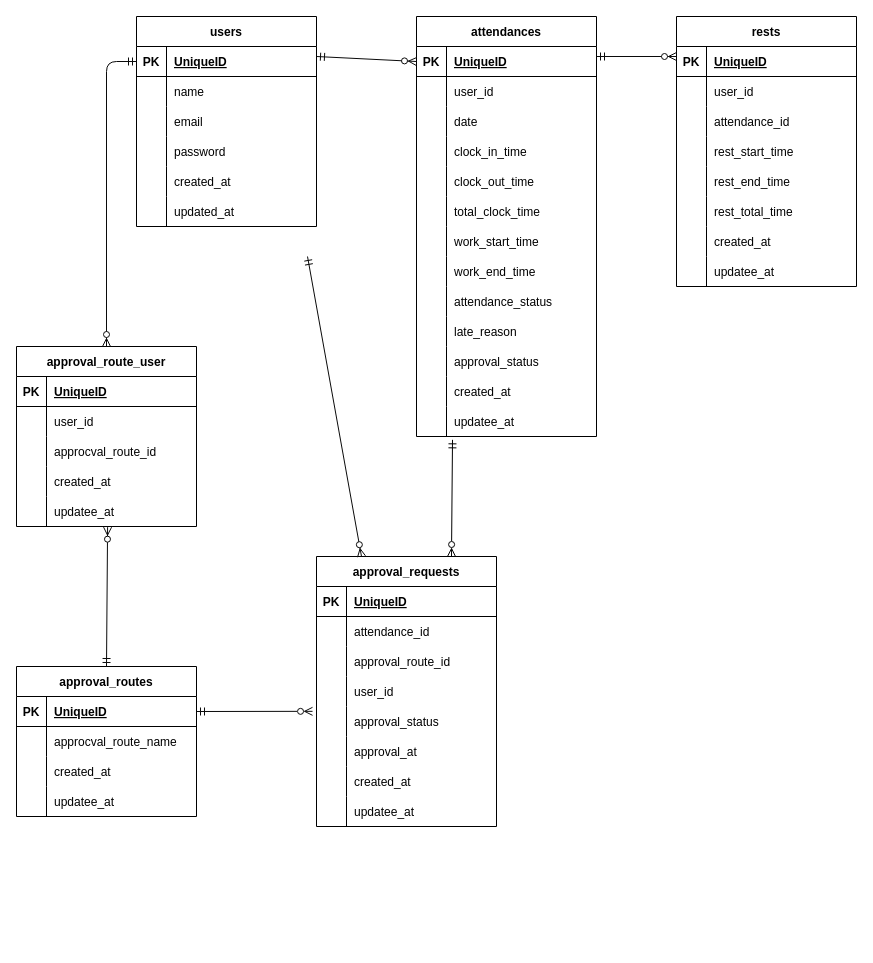
This is src/attendance_er.dio from sakanadaketabetetai/create_attendance, a draw.io file, before an edit. Source tidied: cells renumbered, new cells numbered last; positions are measured from the earlier drawing's top-left corner, leaving out a move shared by most shapes. Both pictures are drawn from the tidied source at 100%, with x=0, y=0 at pixel (16, 16).
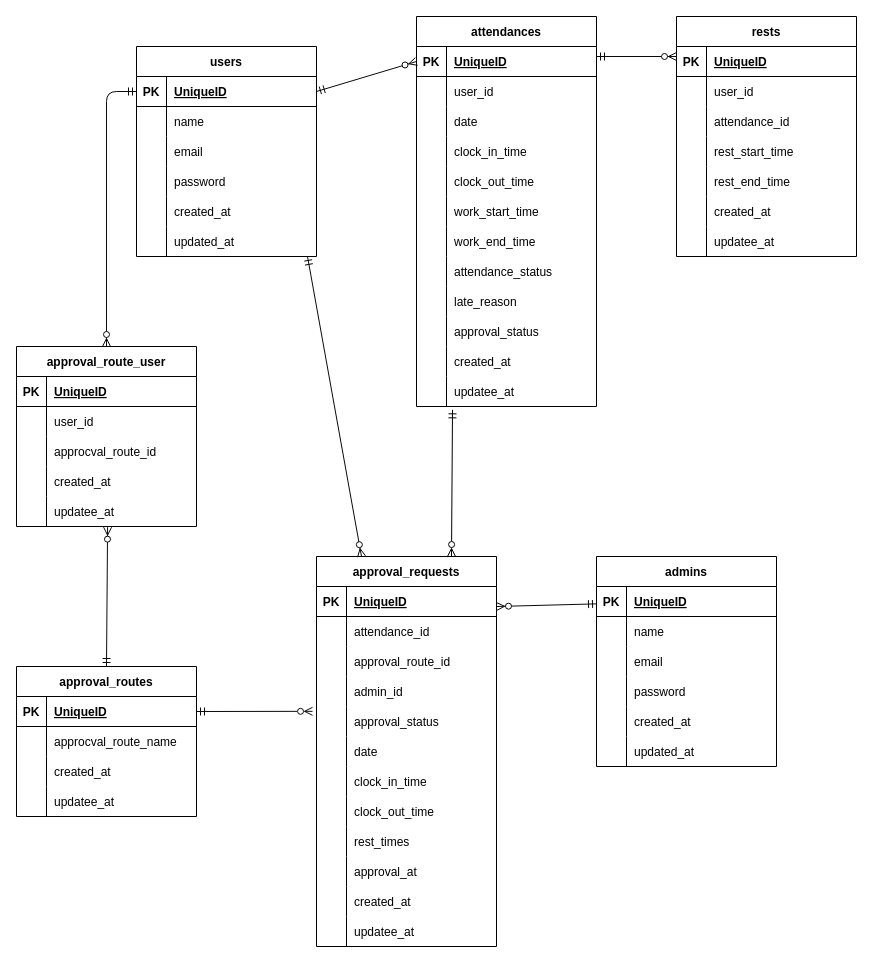
After the change.

Unchanged cells that the change refers to:
```xml
<mxCell id="3" style="shape=tableRow;horizontal=0;startSize=0;swimlaneHead=0;swimlaneBody=0;fillColor=none;points=[[0,0.5],[1,0.5]];portConstraint=eastwest;top=0;left=0;right=0;bottom=1;" parent="2" vertex="1">
  <mxGeometry y="30" width="180" height="30" as="geometry" />
</mxCell>
<mxCell id="22" style="shape=tableRow;horizontal=0;startSize=0;swimlaneHead=0;swimlaneBody=0;fillColor=none;points=[[0,0.5],[1,0.5]];portConstraint=eastwest;top=0;left=0;right=0;bottom=1;" parent="21" vertex="1">
  <mxGeometry y="30" width="180" height="30" as="geometry" />
</mxCell>
<mxCell id="96" style="shape=tableRow;horizontal=0;startSize=0;swimlaneHead=0;swimlaneBody=0;fillColor=none;top=0;left=0;right=0;bottom=0;" parent="86" vertex="1">
  <mxGeometry y="120" width="180" height="30" as="geometry" />
</mxCell>
```

Diff of the diagram source:
```diff
@@
     <mxCell id="2" value="users" style="shape=table;startSize=30;childLayout=tableLayout;rowLines=0;fontStyle=1;align=center;" parent="1" vertex="1">
-      <mxGeometry x="120" width="180" height="210" as="geometry" />
+      <mxGeometry x="120" y="30" width="180" height="210" as="geometry" />
     </mxCell>
@@
     <mxCell id="21" value="attendances" style="shape=table;startSize=30;childLayout=tableLayout;rowLines=0;fontStyle=1;align=center;" parent="1" vertex="1">
-      <mxGeometry x="400" width="180" height="420" as="geometry" />
+      <mxGeometry x="400" width="180" height="390" as="geometry" />
     </mxCell>
@@
-    <mxCell id="37" style="shape=tableRow;horizontal=0;startSize=0;swimlaneHead=0;swimlaneBody=0;fillColor=none;top=0;left=0;right=0;bottom=0;" parent="21" vertex="1">
-      <mxGeometry y="180" width="180" height="30" as="geometry" />
-    </mxCell>
-    <mxCell id="38" style="shape=partialRectangle;fillColor=none;top=0;left=0;bottom=0;right=0;overflow=hidden;" parent="37" vertex="1">
-      <mxGeometry width="30" height="30" as="geometry" />
-    </mxCell>
-    <mxCell id="39" value="total_clock_time" style="shape=partialRectangle;fillColor=none;top=0;left=0;bottom=0;right=0;align=left;spacingLeft=6;overflow=hidden;" parent="37" vertex="1">
-      <mxGeometry x="30" width="150" height="30" as="geometry" />
-    </mxCell>
     <mxCell id="40" style="shape=tableRow;horizontal=0;startSize=0;swimlaneHead=0;swimlaneBody=0;fillColor=none;top=0;left=0;right=0;bottom=0;" parent="21" vertex="1">
-      <mxGeometry y="210" width="180" height="30" as="geometry" />
+      <mxGeometry y="180" width="180" height="30" as="geometry" />
     </mxCell>
@@
     <mxCell id="43" style="shape=tableRow;horizontal=0;startSize=0;swimlaneHead=0;swimlaneBody=0;fillColor=none;top=0;left=0;right=0;bottom=0;" parent="21" vertex="1">
-      <mxGeometry y="240" width="180" height="30" as="geometry" />
+      <mxGeometry y="210" width="180" height="30" as="geometry" />
     </mxCell>
@@
     <mxCell id="46" style="shape=tableRow;horizontal=0;startSize=0;swimlaneHead=0;swimlaneBody=0;fillColor=none;top=0;left=0;right=0;bottom=0;" parent="21" vertex="1">
-      <mxGeometry y="270" width="180" height="30" as="geometry" />
+      <mxGeometry y="240" width="180" height="30" as="geometry" />
     </mxCell>
@@
     <mxCell id="49" style="shape=tableRow;horizontal=0;startSize=0;swimlaneHead=0;swimlaneBody=0;fillColor=none;top=0;left=0;right=0;bottom=0;" parent="21" vertex="1">
-      <mxGeometry y="300" width="180" height="30" as="geometry" />
+      <mxGeometry y="270" width="180" height="30" as="geometry" />
     </mxCell>
@@
     <mxCell id="52" style="shape=tableRow;horizontal=0;startSize=0;swimlaneHead=0;swimlaneBody=0;fillColor=none;top=0;left=0;right=0;bottom=0;" parent="21" vertex="1">
-      <mxGeometry y="330" width="180" height="30" as="geometry" />
+      <mxGeometry y="300" width="180" height="30" as="geometry" />
     </mxCell>
@@
     <mxCell id="55" style="shape=tableRow;horizontal=0;startSize=0;swimlaneHead=0;swimlaneBody=0;fillColor=none;top=0;left=0;right=0;bottom=0;" parent="21" vertex="1">
-      <mxGeometry y="360" width="180" height="30" as="geometry" />
+      <mxGeometry y="330" width="180" height="30" as="geometry" />
     </mxCell>
@@
     <mxCell id="58" style="shape=tableRow;horizontal=0;startSize=0;swimlaneHead=0;swimlaneBody=0;fillColor=none;points=[[0,0.5],[1,0.5]];portConstraint=eastwest;top=0;left=0;right=0;bottom=0;" parent="21" vertex="1">
-      <mxGeometry y="390" width="180" height="30" as="geometry" />
+      <mxGeometry y="360" width="180" height="30" as="geometry" />
     </mxCell>
@@
     <mxCell id="61" value="rests" style="shape=table;startSize=30;childLayout=tableLayout;rowLines=0;fontStyle=1;align=center;" parent="1" vertex="1">
-      <mxGeometry x="660" width="180" height="270" as="geometry" />
+      <mxGeometry x="660" width="180" height="240" as="geometry" />
     </mxCell>
@@
-    <mxCell id="77" style="shape=tableRow;horizontal=0;startSize=0;swimlaneHead=0;swimlaneBody=0;fillColor=none;top=0;left=0;right=0;bottom=0;" parent="61" vertex="1">
-      <mxGeometry y="180" width="180" height="30" as="geometry" />
-    </mxCell>
-    <mxCell id="78" style="shape=partialRectangle;fillColor=none;top=0;left=0;bottom=0;right=0;overflow=hidden;" parent="77" vertex="1">
-      <mxGeometry width="30" height="30" as="geometry" />
-    </mxCell>
-    <mxCell id="79" value="rest_total_time" style="shape=partialRectangle;fillColor=none;top=0;left=0;bottom=0;right=0;align=left;spacingLeft=6;overflow=hidden;" parent="77" vertex="1">
-      <mxGeometry x="30" width="150" height="30" as="geometry" />
-    </mxCell>
     <mxCell id="80" style="shape=tableRow;horizontal=0;startSize=0;swimlaneHead=0;swimlaneBody=0;fillColor=none;top=0;left=0;right=0;bottom=0;" parent="61" vertex="1">
-      <mxGeometry y="210" width="180" height="30" as="geometry" />
+      <mxGeometry y="180" width="180" height="30" as="geometry" />
     </mxCell>
@@
     <mxCell id="83" style="shape=tableRow;horizontal=0;startSize=0;swimlaneHead=0;swimlaneBody=0;fillColor=none;top=0;left=0;right=0;bottom=0;" parent="61" vertex="1">
-      <mxGeometry y="240" width="180" height="30" as="geometry" />
+      <mxGeometry y="210" width="180" height="30" as="geometry" />
     </mxCell>
@@
     <mxCell id="86" value="approval_requests" style="shape=table;startSize=30;childLayout=tableLayout;rowLines=0;fontStyle=1;align=center;" parent="1" vertex="1">
-      <mxGeometry x="300" y="540" width="180" height="270" as="geometry" />
+      <mxGeometry x="300" y="540" width="180" height="390" as="geometry" />
     </mxCell>
@@
-    <mxCell id="98" value="user_id" style="shape=partialRectangle;fillColor=none;top=0;left=0;bottom=0;right=0;align=left;spacingLeft=6;overflow=hidden;" parent="96" vertex="1">
+    <mxCell id="98" value="admin_id" style="shape=partialRectangle;fillColor=none;top=0;left=0;bottom=0;right=0;align=left;spacingLeft=6;overflow=hidden;" parent="96" vertex="1">
       <mxGeometry x="30" width="150" height="30" as="geometry" />
     </mxCell>
@@
+    <mxCell id="147" style="shape=tableRow;horizontal=0;startSize=0;swimlaneHead=0;swimlaneBody=0;fillColor=none;top=0;left=0;right=0;bottom=0;" parent="86" vertex="1">
+      <mxGeometry y="180" width="180" height="30" as="geometry" />
+    </mxCell>
+    <mxCell id="148" style="shape=partialRectangle;fillColor=none;top=0;left=0;bottom=0;right=0;overflow=hidden;" parent="147" vertex="1">
+      <mxGeometry width="30" height="30" as="geometry" />
+    </mxCell>
+    <mxCell id="149" value="date" style="shape=partialRectangle;fillColor=none;top=0;left=0;bottom=0;right=0;align=left;spacingLeft=6;overflow=hidden;" parent="147" vertex="1">
+      <mxGeometry x="30" width="150" height="30" as="geometry" />
+    </mxCell>
+    <mxCell id="150" style="shape=tableRow;horizontal=0;startSize=0;swimlaneHead=0;swimlaneBody=0;fillColor=none;top=0;left=0;right=0;bottom=0;" parent="86" vertex="1">
+      <mxGeometry y="210" width="180" height="30" as="geometry" />
+    </mxCell>
+    <mxCell id="151" style="shape=partialRectangle;fillColor=none;top=0;left=0;bottom=0;right=0;overflow=hidden;" parent="150" vertex="1">
+      <mxGeometry width="30" height="30" as="geometry" />
+    </mxCell>
+    <mxCell id="152" value="clock_in_time " style="shape=partialRectangle;fillColor=none;top=0;left=0;bottom=0;right=0;align=left;spacingLeft=6;overflow=hidden;" parent="150" vertex="1">
+      <mxGeometry x="30" width="150" height="30" as="geometry" />
+    </mxCell>
+    <mxCell id="153" style="shape=tableRow;horizontal=0;startSize=0;swimlaneHead=0;swimlaneBody=0;fillColor=none;top=0;left=0;right=0;bottom=0;" parent="86" vertex="1">
+      <mxGeometry y="240" width="180" height="30" as="geometry" />
+    </mxCell>
+    <mxCell id="154" style="shape=partialRectangle;fillColor=none;top=0;left=0;bottom=0;right=0;overflow=hidden;" parent="153" vertex="1">
+      <mxGeometry width="30" height="30" as="geometry" />
+    </mxCell>
+    <mxCell id="155" value="clock_out_time" style="shape=partialRectangle;fillColor=none;top=0;left=0;bottom=0;right=0;align=left;spacingLeft=6;overflow=hidden;" parent="153" vertex="1">
+      <mxGeometry x="30" width="150" height="30" as="geometry" />
+    </mxCell>
+    <mxCell id="156" style="shape=tableRow;horizontal=0;startSize=0;swimlaneHead=0;swimlaneBody=0;fillColor=none;top=0;left=0;right=0;bottom=0;" parent="86" vertex="1">
+      <mxGeometry y="270" width="180" height="30" as="geometry" />
+    </mxCell>
+    <mxCell id="157" style="shape=partialRectangle;fillColor=none;top=0;left=0;bottom=0;right=0;overflow=hidden;" parent="156" vertex="1">
+      <mxGeometry width="30" height="30" as="geometry" />
+    </mxCell>
+    <mxCell id="158" value="rest_times" style="shape=partialRectangle;fillColor=none;top=0;left=0;bottom=0;right=0;align=left;spacingLeft=6;overflow=hidden;" parent="156" vertex="1">
+      <mxGeometry x="30" width="150" height="30" as="geometry" />
+    </mxCell>
     <mxCell id="102" style="shape=tableRow;horizontal=0;startSize=0;swimlaneHead=0;swimlaneBody=0;fillColor=none;top=0;left=0;right=0;bottom=0;" parent="86" vertex="1">
-      <mxGeometry y="180" width="180" height="30" as="geometry" />
+      <mxGeometry y="300" width="180" height="30" as="geometry" />
     </mxCell>
@@
     <mxCell id="105" style="shape=tableRow;horizontal=0;startSize=0;swimlaneHead=0;swimlaneBody=0;fillColor=none;top=0;left=0;right=0;bottom=0;" parent="86" vertex="1">
-      <mxGeometry y="210" width="180" height="30" as="geometry" />
+      <mxGeometry y="330" width="180" height="30" as="geometry" />
     </mxCell>
@@
     <mxCell id="108" style="shape=tableRow;horizontal=0;startSize=0;swimlaneHead=0;swimlaneBody=0;fillColor=none;top=0;left=0;right=0;bottom=0;" parent="86" vertex="1">
-      <mxGeometry y="240" width="180" height="30" as="geometry" />
+      <mxGeometry y="360" width="180" height="30" as="geometry" />
     </mxCell>
@@
-    <mxCell id="146" style="fontSize=12;html=1;endArrow=ERzeroToMany;startArrow=ERmandOne;exitX=0.2;exitY=1.111;exitDx=0;exitDy=0;exitPerimeter=0;entryX=0;entryY=0.5;entryDx=0;entryDy=0;strokeColor=#0a0a0a;" parent="1" edge="1" target="22">
-      <mxGeometry relative="1" as="geometry">
-        <mxPoint x="300" y="40" as="sourcePoint" />
-      </mxGeometry>
+    <mxCell id="146" style="fontSize=12;html=1;endArrow=ERzeroToMany;startArrow=ERmandOne;exitX=1;exitY=0.5;exitDx=0;exitDy=0;entryX=0;entryY=0.5;entryDx=0;entryDy=0;strokeColor=#0a0a0a;" parent="1" edge="1" source="3" target="22">
+      <mxGeometry relative="1" as="geometry" />
     </mxCell>
+    <mxCell id="159" value="admins" style="shape=table;startSize=30;childLayout=tableLayout;rowLines=0;fontStyle=1;align=center;" parent="1" vertex="1">
+      <mxGeometry x="580" y="540" width="180" height="210" as="geometry" />
+    </mxCell>
+    <mxCell id="160" style="shape=tableRow;horizontal=0;startSize=0;swimlaneHead=0;swimlaneBody=0;fillColor=none;points=[[0,0.5],[1,0.5]];portConstraint=eastwest;top=0;left=0;right=0;bottom=1;" parent="159" vertex="1">
+      <mxGeometry y="30" width="180" height="30" as="geometry" />
+    </mxCell>
+    <mxCell id="161" value="PK" style="shape=partialRectangle;fillColor=none;top=0;left=0;bottom=0;right=0;fontStyle=1;overflow=hidden;" parent="160" vertex="1">
+      <mxGeometry width="30" height="30" as="geometry" />
+    </mxCell>
+    <mxCell id="162" value="UniqueID" style="shape=partialRectangle;fillColor=none;top=0;left=0;bottom=0;right=0;align=left;spacingLeft=6;fontStyle=5;overflow=hidden;" parent="160" vertex="1">
+      <mxGeometry x="30" width="150" height="30" as="geometry" />
+    </mxCell>
+    <mxCell id="163" style="shape=tableRow;horizontal=0;startSize=0;swimlaneHead=0;swimlaneBody=0;fillColor=none;top=0;left=0;right=0;bottom=0;" parent="159" vertex="1">
+      <mxGeometry y="60" width="180" height="30" as="geometry" />
+    </mxCell>
+    <mxCell id="164" style="shape=partialRectangle;fillColor=none;top=0;left=0;bottom=0;right=0;overflow=hidden;" parent="163" vertex="1">
+      <mxGeometry width="30" height="30" as="geometry" />
+    </mxCell>
+    <mxCell id="165" value="name " style="shape=partialRectangle;fillColor=none;top=0;left=0;bottom=0;right=0;align=left;spacingLeft=6;overflow=hidden;" parent="163" vertex="1">
+      <mxGeometry x="30" width="150" height="30" as="geometry" />
+    </mxCell>
+    <mxCell id="166" style="shape=tableRow;horizontal=0;startSize=0;swimlaneHead=0;swimlaneBody=0;fillColor=none;top=0;left=0;right=0;bottom=0;" parent="159" vertex="1">
+      <mxGeometry y="90" width="180" height="30" as="geometry" />
+    </mxCell>
+    <mxCell id="167" style="shape=partialRectangle;fillColor=none;top=0;left=0;bottom=0;right=0;overflow=hidden;" parent="166" vertex="1">
+      <mxGeometry width="30" height="30" as="geometry" />
+    </mxCell>
+    <mxCell id="168" value="email" style="shape=partialRectangle;fillColor=none;top=0;left=0;bottom=0;right=0;align=left;spacingLeft=6;overflow=hidden;" parent="166" vertex="1">
+      <mxGeometry x="30" width="150" height="30" as="geometry" />
+    </mxCell>
+    <mxCell id="169" style="shape=tableRow;horizontal=0;startSize=0;swimlaneHead=0;swimlaneBody=0;fillColor=none;top=0;left=0;right=0;bottom=0;" parent="159" vertex="1">
+      <mxGeometry y="120" width="180" height="30" as="geometry" />
+    </mxCell>
+    <mxCell id="170" style="shape=partialRectangle;fillColor=none;top=0;left=0;bottom=0;right=0;overflow=hidden;" parent="169" vertex="1">
+      <mxGeometry width="30" height="30" as="geometry" />
+    </mxCell>
+    <mxCell id="171" value="password" style="shape=partialRectangle;fillColor=none;top=0;left=0;bottom=0;right=0;align=left;spacingLeft=6;overflow=hidden;" parent="169" vertex="1">
+      <mxGeometry x="30" width="150" height="30" as="geometry" />
+    </mxCell>
+    <mxCell id="172" style="shape=tableRow;horizontal=0;startSize=0;swimlaneHead=0;swimlaneBody=0;fillColor=none;top=0;left=0;right=0;bottom=0;" parent="159" vertex="1">
+      <mxGeometry y="150" width="180" height="30" as="geometry" />
+    </mxCell>
+    <mxCell id="173" style="shape=partialRectangle;fillColor=none;top=0;left=0;bottom=0;right=0;overflow=hidden;" parent="172" vertex="1">
+      <mxGeometry width="30" height="30" as="geometry" />
+    </mxCell>
+    <mxCell id="174" value="created_at" style="shape=partialRectangle;fillColor=none;top=0;left=0;bottom=0;right=0;align=left;spacingLeft=6;overflow=hidden;" parent="172" vertex="1">
+      <mxGeometry x="30" width="150" height="30" as="geometry" />
+    </mxCell>
+    <mxCell id="175" style="shape=tableRow;horizontal=0;startSize=0;swimlaneHead=0;swimlaneBody=0;fillColor=none;top=0;left=0;right=0;bottom=0;" parent="159" vertex="1">
+      <mxGeometry y="180" width="180" height="30" as="geometry" />
+    </mxCell>
+    <mxCell id="176" style="shape=partialRectangle;fillColor=none;top=0;left=0;bottom=0;right=0;overflow=hidden;" parent="175" vertex="1">
+      <mxGeometry width="30" height="30" as="geometry" />
+    </mxCell>
+    <mxCell id="177" value="updated_at" style="shape=partialRectangle;fillColor=none;top=0;left=0;bottom=0;right=0;align=left;spacingLeft=6;overflow=hidden;" parent="175" vertex="1">
+      <mxGeometry x="30" width="150" height="30" as="geometry" />
+    </mxCell>
+    <mxCell id="178" style="fontSize=12;html=1;endArrow=ERzeroToMany;startArrow=ERmandOne;entryX=0.25;entryY=0;entryDx=0;entryDy=0;strokeColor=#0a0a0a;" parent="1" edge="1" source="160">
+      <mxGeometry relative="1" as="geometry">
+        <mxPoint x="480" y="590" as="targetPoint" />
+      </mxGeometry>
+    </mxCell>
```
